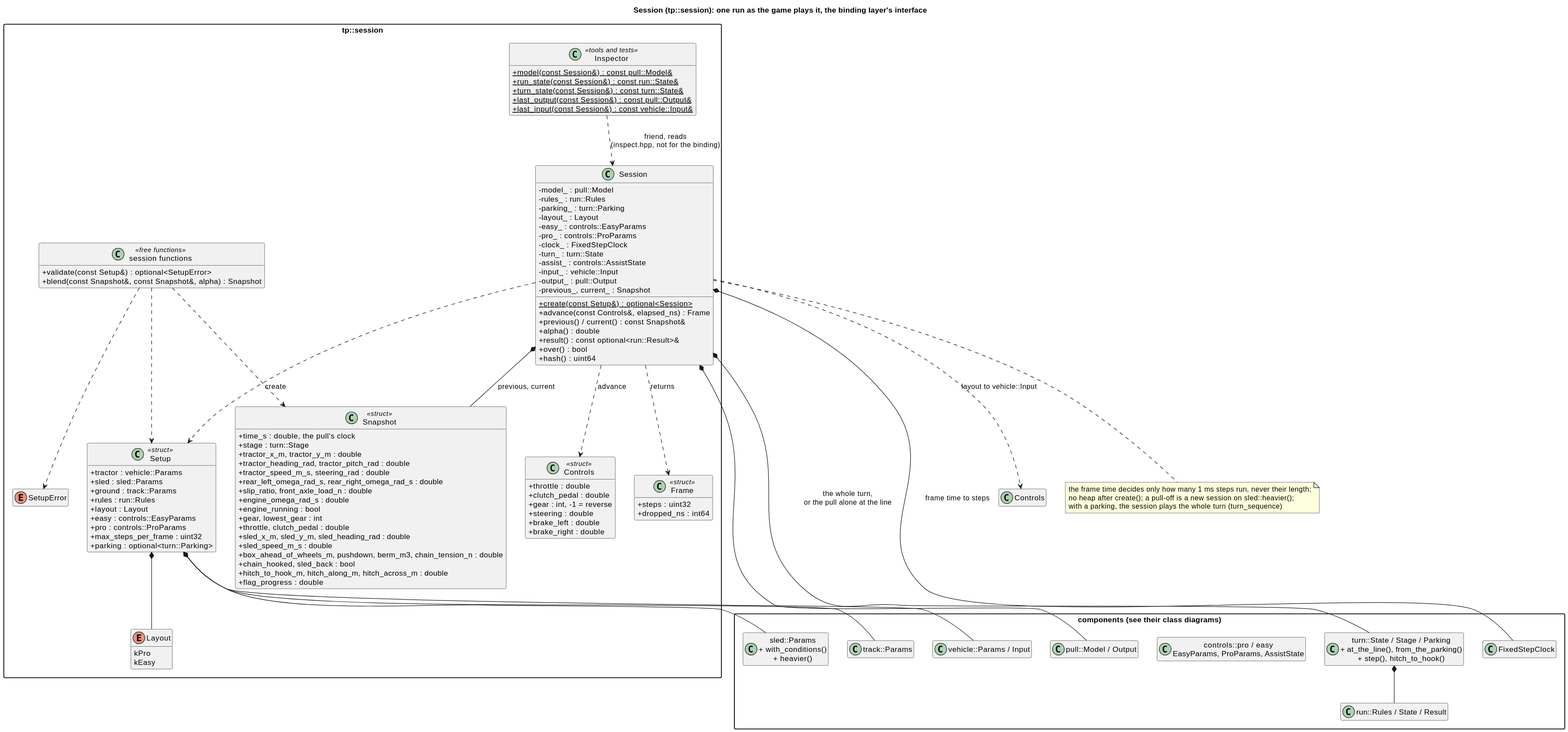
wversteeg/TractorPulling keeps this PlantUML diagram as docs/diagrams/svg/session_classes.svg. Above is the earlier version.
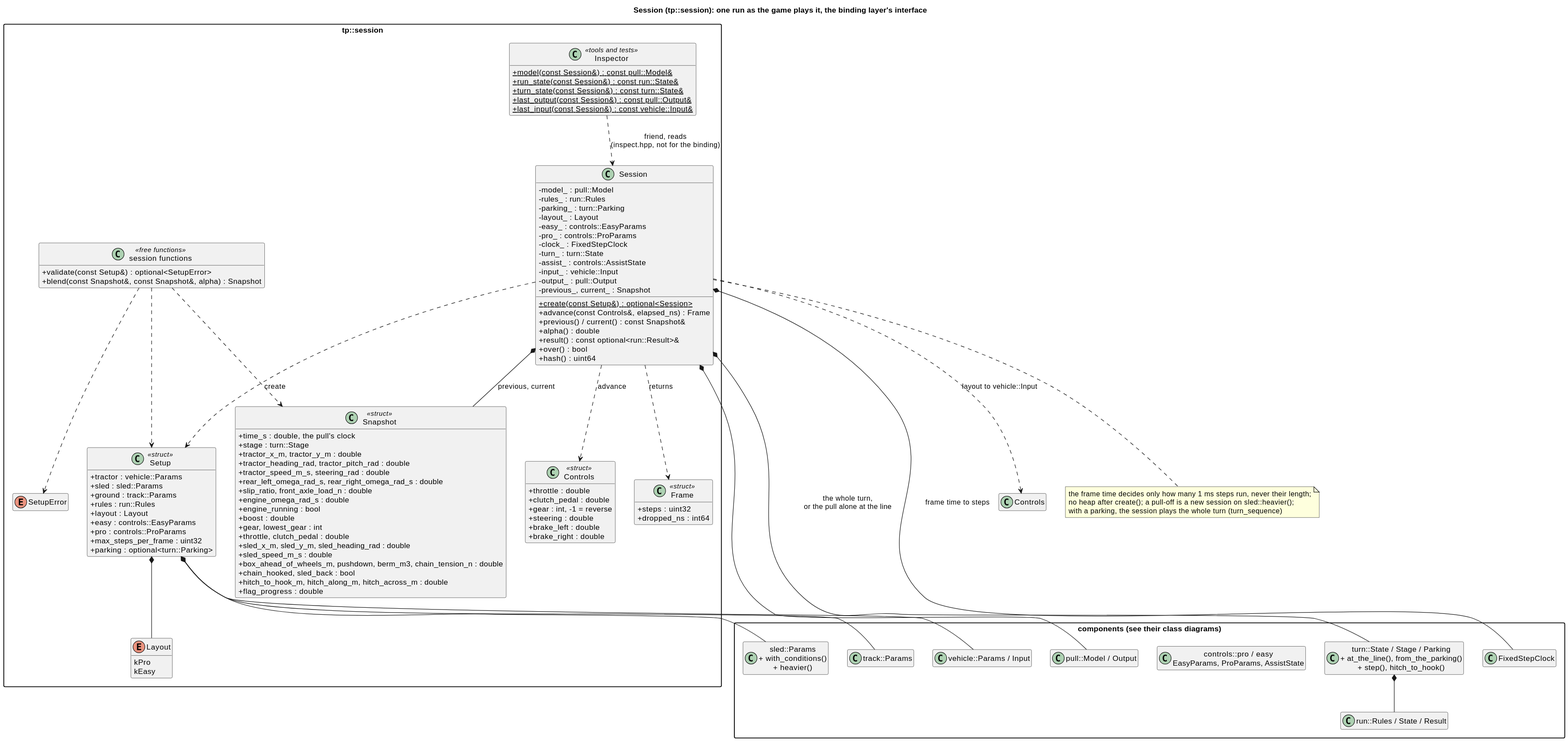
The same file after the commit.

Diff of the diagram source:
```diff
@@ -50,6 +50,7 @@
     +slip_ratio, front_axle_load_n : double
     +engine_omega_rad_s : double
     +engine_running : bool
+    +boost : double
     +gear, lowest_gear : int
     +throttle, clutch_pedal : double
     +sled_x_m, sled_y_m, sled_heading_rad : double
```
